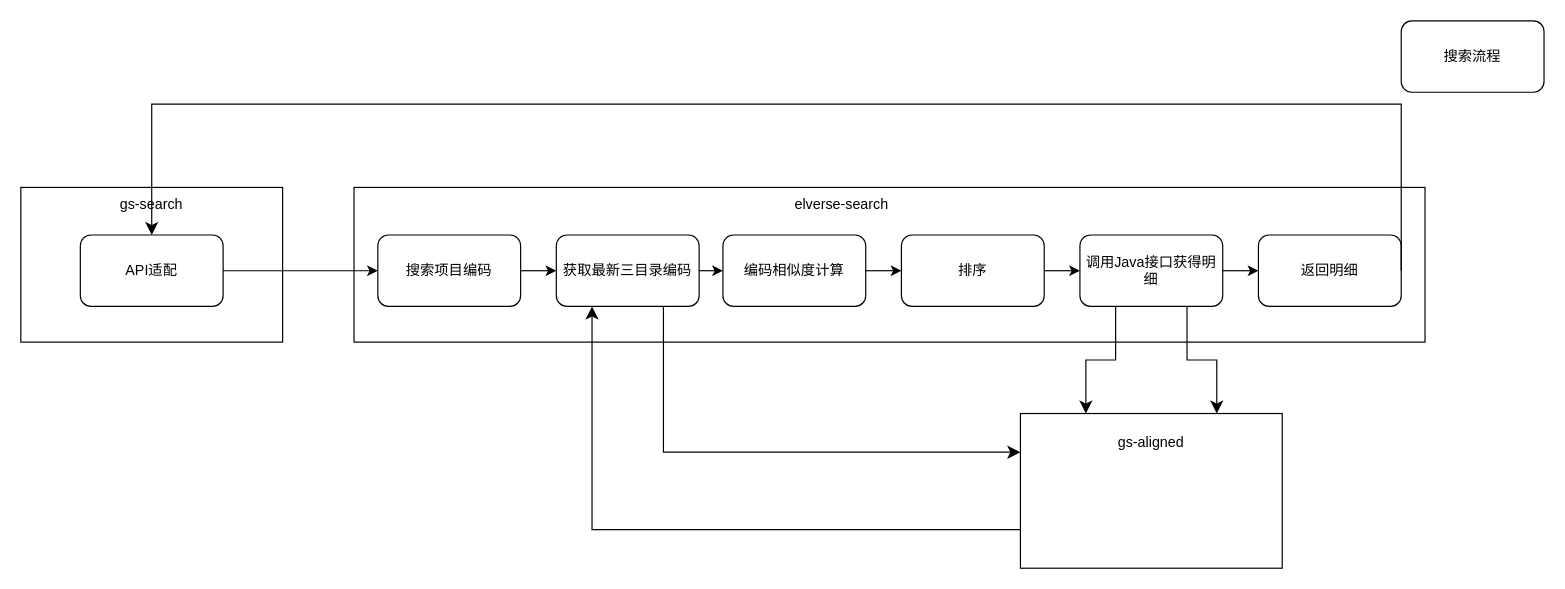
The draw.io diagram page "搜索流程" (1 of 2) of 对码/国寿三目录架构图.drawio in XiaoLiuAI/diagrams, before the edit. Source tidied: cells renumbered, new cells numbered last; positions are measured from the earlier drawing's top-left corner, leaving out a move shared by most shapes. Both pictures are drawn from the tidied source at 119%, with x=0, y=0 at pixel (20, 20).
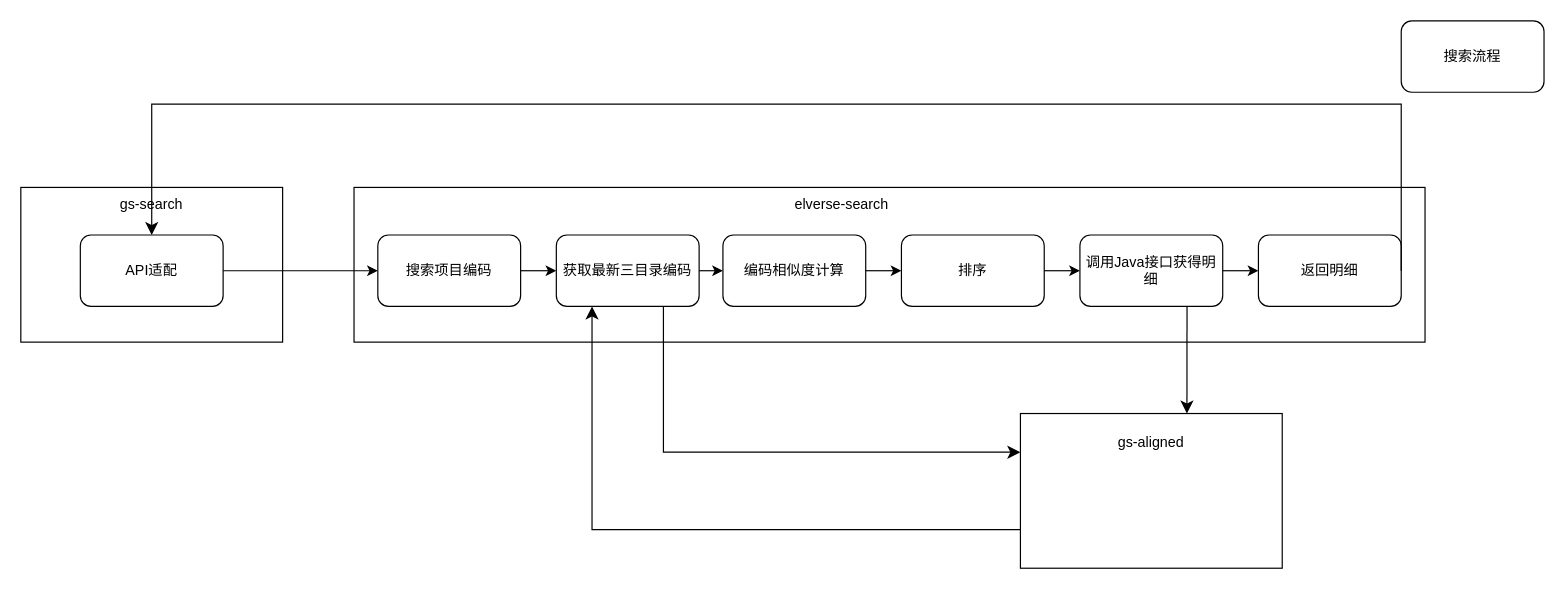
The same page after the edit.

Commit message:
Update 国寿三目录架构图.drawio

The change refers to these unchanged cells:
```xml
<mxCell id="10" value="调用Java接口获得明细" style="rounded=1;whiteSpace=wrap;html=1;" parent="1" vertex="1">
  <mxGeometry x="890" y="180" width="120" height="60" as="geometry" />
</mxCell>
<mxCell id="18" style="rounded=0;whiteSpace=wrap;html=1;" parent="1" vertex="1">
  <mxGeometry x="840" y="330" width="220" height="130" as="geometry" />
</mxCell>
```

What changed in the source:
```diff
@@
-    <mxCell id="20" style="edgeStyle=elbowEdgeStyle;elbow=vertical;endArrow=classic;html=1;curved=0;rounded=0;endSize=8;startSize=8;exitX=0.25;exitY=1;exitDx=0;exitDy=0;entryX=0.25;entryY=0;entryDx=0;entryDy=0;" parent="1" edge="1" source="10" target="18">
-      <mxGeometry relative="1" as="geometry" />
-    </mxCell>
-    <mxCell id="21" style="edgeStyle=elbowEdgeStyle;elbow=vertical;endArrow=classic;html=1;curved=0;rounded=0;endSize=8;startSize=8;exitX=0.75;exitY=1;exitDx=0;exitDy=0;entryX=0.75;entryY=0;entryDx=0;entryDy=0;" parent="1" edge="1" source="10" target="18">
+    <mxCell id="21" style="elbow=vertical;endArrow=classic;html=1;rounded=0;endSize=8;startSize=8;exitX=0.75;exitY=1;exitDx=0;exitDy=0;entryX=0.636;entryY=0;entryDx=0;entryDy=0;entryPerimeter=0;" parent="1" edge="1" source="10" target="18">
       <mxGeometry relative="1" as="geometry" />
     </mxCell>
```
